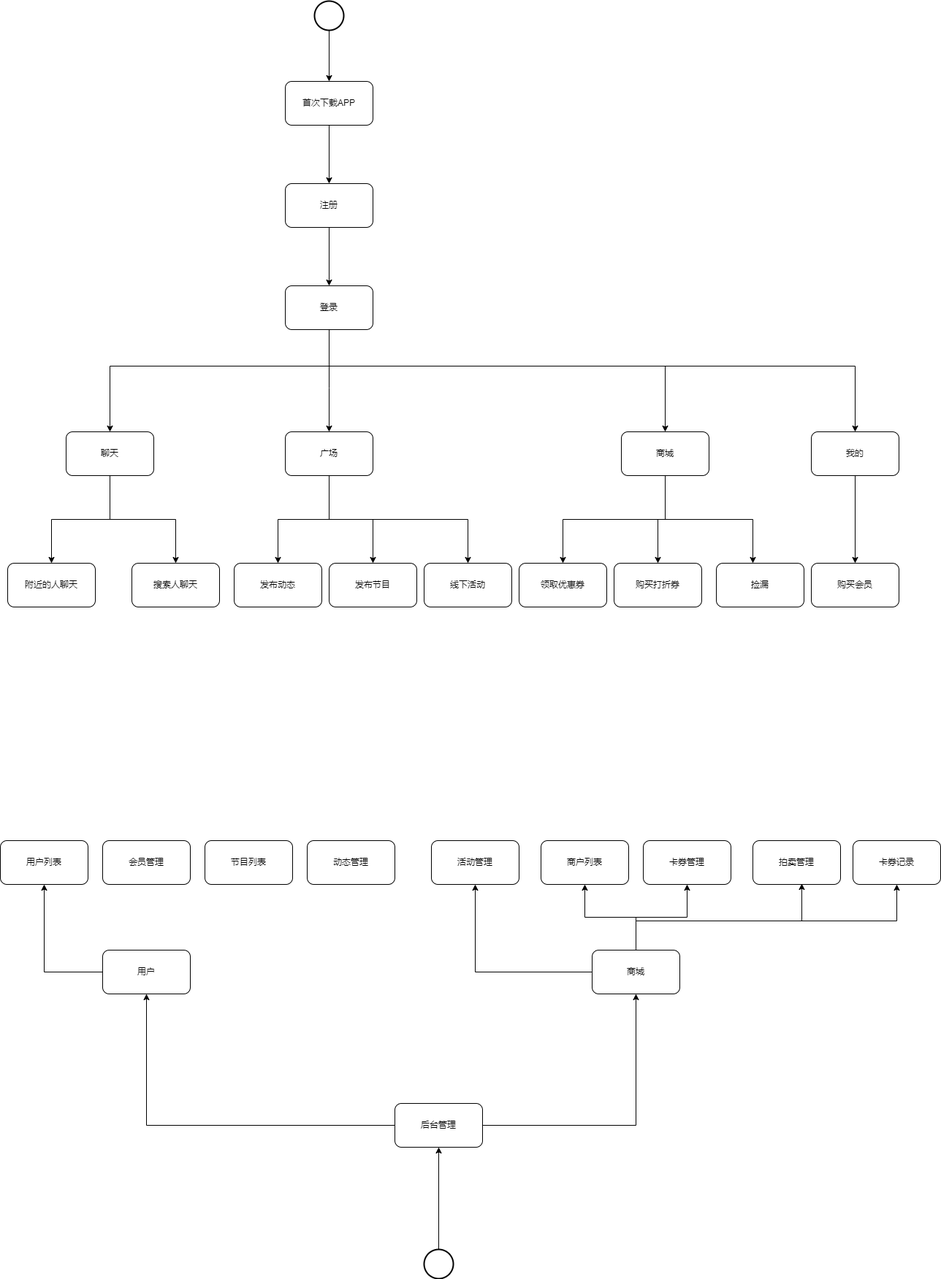
Earlier version of the draw.io export Untitled Diagram.drawio.png (suibianlx/business_architect). Source tidied: cells renumbered, new cells last; positions are measured from the earlier drawing's top-left corner, leaving out a move shared by most shapes.
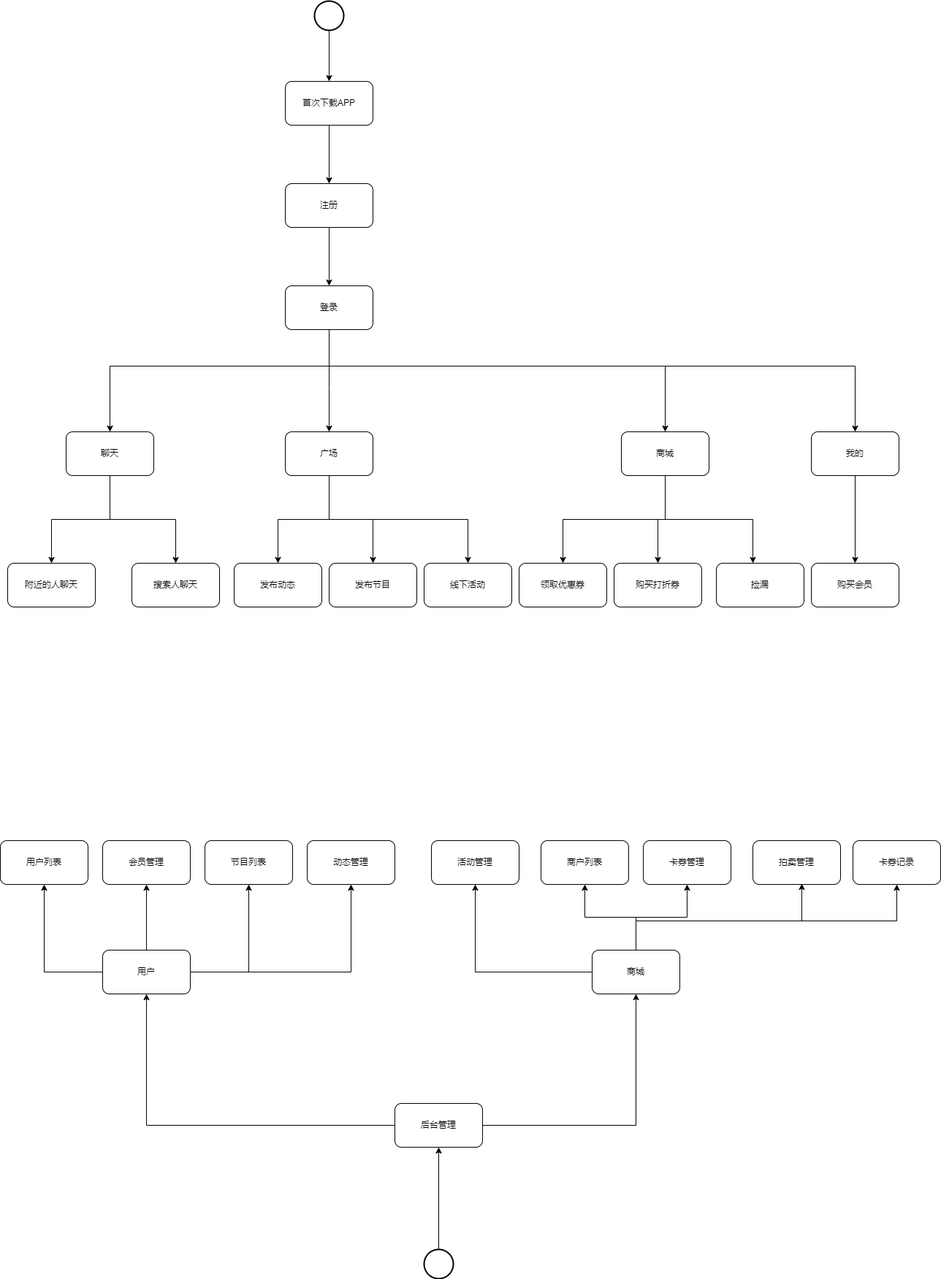
The same file after the commit.

What changed in the source:
```diff
@@ -145,6 +145,15 @@
     <mxCell id="37" style="edgeStyle=orthogonalEdgeStyle;rounded=0;jettySize=auto;html=1;entryX=0.5;entryY=1;entryDx=0;entryDy=0;" parent="1" edge="1" source="38" target="36">
       <mxGeometry relative="1" as="geometry" />
     </mxCell>
+    <mxCell id="57" style="edgeStyle=orthogonalEdgeStyle;rounded=0;jettySize=auto;html=1;entryX=0.5;entryY=1;entryDx=0;entryDy=0;" parent="1" edge="1" source="38" target="39">
+      <mxGeometry relative="1" as="geometry" />
+    </mxCell>
+    <mxCell id="58" style="edgeStyle=orthogonalEdgeStyle;rounded=0;jettySize=auto;html=1;entryX=0.5;entryY=1;entryDx=0;entryDy=0;" parent="1" edge="1" source="38" target="40">
+      <mxGeometry relative="1" as="geometry" />
+    </mxCell>
+    <mxCell id="59" style="edgeStyle=orthogonalEdgeStyle;rounded=0;jettySize=auto;html=1;entryX=0.5;entryY=1;entryDx=0;entryDy=0;" parent="1" edge="1" source="38" target="41">
+      <mxGeometry relative="1" as="geometry" />
+    </mxCell>
     <mxCell id="38" value="用户" style="rounded=1;whiteSpace=wrap;html=1;" parent="1" vertex="1">
       <mxGeometry x="140" y="1300" width="120" height="60" as="geometry" />
     </mxCell>
```
